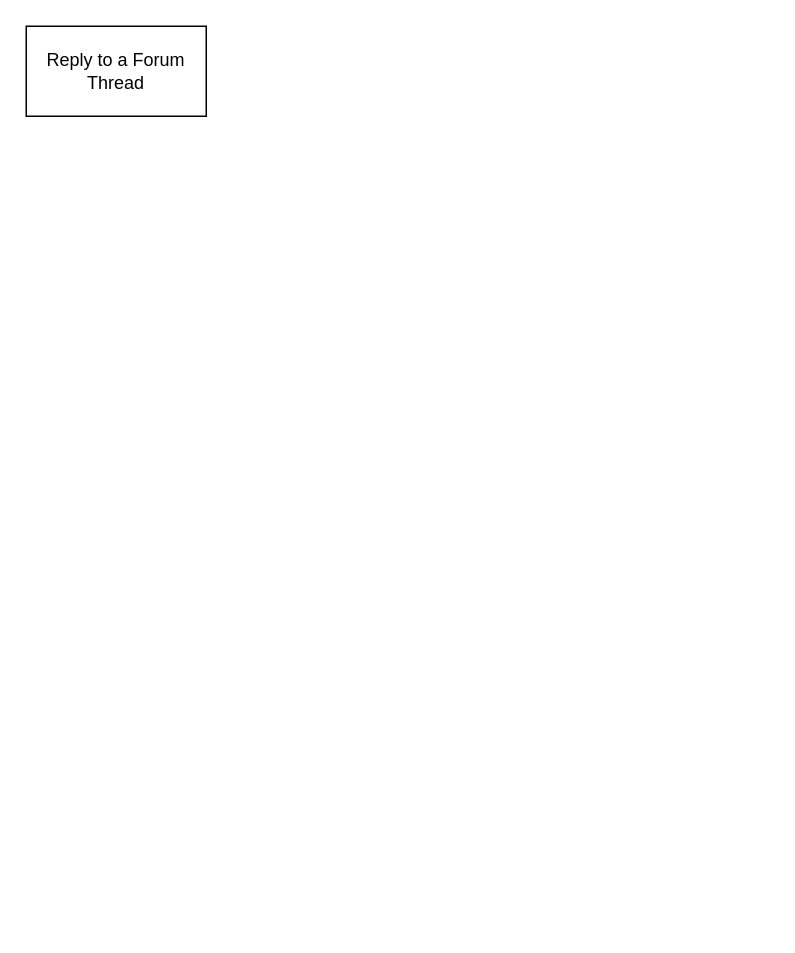
Vaibhav-G-Parmar/Chronicle-Your-Ultimate-Travel-Companion keeps this draw.io diagram as page "ReplyToThread" (12 of 14) of Chronicle_Initial_App_Wireframe_Designs.drawio. Above is the earlier version. Source tidied: cells renumbered, new cells numbered last; positions are measured from the earlier drawing's top-left corner, leaving out a move shared by most shapes. Both pictures are drawn from the tidied source at 150%, with x=0, y=0 at pixel (26, 26).
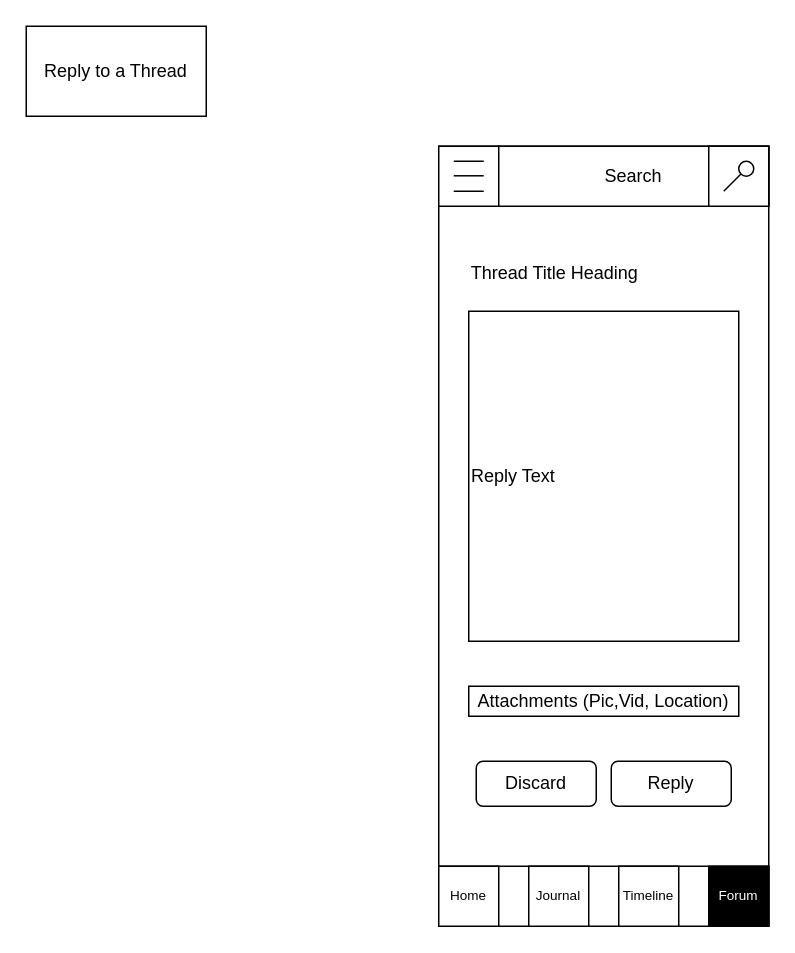
After the change.

What changed in the source:
```diff
@@
-    <mxCell id="2" value="Reply to a Forum Thread" style="rounded=0;whiteSpace=wrap;html=1;" parent="1" vertex="1">
+    <mxCell id="2" value="Reply to a Thread" style="rounded=0;whiteSpace=wrap;html=1;" parent="1" vertex="1">
       <mxGeometry width="120" height="60" as="geometry" />
     </mxCell>
+    <mxCell id="3" style="rounded=0;whiteSpace=wrap;html=1;" parent="1" vertex="1">
+      <mxGeometry x="275" y="80" width="220" height="520" as="geometry" />
+    </mxCell>
+    <mxCell id="4" style="rounded=0;whiteSpace=wrap;html=1;" parent="1" vertex="1">
+      <mxGeometry x="275" y="560" width="220" height="40" as="geometry" />
+    </mxCell>
+    <mxCell id="5" value="Forum" style="rounded=0;whiteSpace=wrap;html=1;fontSize=9;fillColor=#000000;fontColor=#FFFFFF;" parent="1" vertex="1">
+      <mxGeometry x="455" y="560" width="40" height="40" as="geometry" />
+    </mxCell>
+    <mxCell id="6" value="Timeline" style="rounded=0;whiteSpace=wrap;html=1;fontSize=9;" parent="1" vertex="1">
+      <mxGeometry x="395" y="560" width="40" height="40" as="geometry" />
+    </mxCell>
+    <mxCell id="7" value="Journal" style="rounded=0;whiteSpace=wrap;html=1;fontSize=9;labelBackgroundColor=default;fillColor=#FFFFFF;" parent="1" vertex="1">
+      <mxGeometry x="335" y="560" width="40" height="40" as="geometry" />
+    </mxCell>
+    <mxCell id="8" value="Home" style="rounded=0;whiteSpace=wrap;html=1;fontSize=9;" parent="1" vertex="1">
+      <mxGeometry x="275" y="560" width="40" height="40" as="geometry" />
+    </mxCell>
+    <mxCell id="9" style="rounded=0;whiteSpace=wrap;html=1;fontSize=9;" parent="1" vertex="1">
+      <mxGeometry x="275" y="80" width="40" height="40" as="geometry" />
+    </mxCell>
+    <mxCell id="10" style="endArrow=none;html=1;rounded=0;" parent="1" edge="1">
+      <mxGeometry relative="1" as="geometry">
+        <mxPoint x="285" y="110" as="sourcePoint" />
+        <mxPoint x="305" y="110" as="targetPoint" />
+      </mxGeometry>
+    </mxCell>
+    <mxCell id="11" style="endArrow=none;html=1;rounded=0;" parent="1" edge="1">
+      <mxGeometry relative="1" as="geometry">
+        <mxPoint x="285" y="99.7" as="sourcePoint" />
+        <mxPoint x="305" y="99.7" as="targetPoint" />
+      </mxGeometry>
+    </mxCell>
+    <mxCell id="12" style="endArrow=none;html=1;rounded=0;" parent="1" edge="1">
+      <mxGeometry relative="1" as="geometry">
+        <mxPoint x="285" y="90" as="sourcePoint" />
+        <mxPoint x="305" y="90" as="targetPoint" />
+      </mxGeometry>
+    </mxCell>
+    <mxCell id="13" value="Search" style="rounded=0;whiteSpace=wrap;html=1;" parent="1" vertex="1">
+      <mxGeometry x="315" y="80" width="180" height="40" as="geometry" />
+    </mxCell>
+    <mxCell id="14" style="whiteSpace=wrap;html=1;" parent="1" vertex="1">
+      <mxGeometry x="455" y="80" width="40" height="40" as="geometry" />
+    </mxCell>
+    <mxCell id="15" style="endArrow=none;html=1;rounded=0;entryX=0;entryY=1;entryDx=0;entryDy=0;" parent="1" edge="1" target="16">
+      <mxGeometry relative="1" as="geometry">
+        <mxPoint x="465" y="110" as="sourcePoint" />
+      </mxGeometry>
+    </mxCell>
+    <mxCell id="16" style="ellipse;whiteSpace=wrap;html=1;" parent="1" vertex="1">
+      <mxGeometry x="475" y="90" width="10" height="10" as="geometry" />
+    </mxCell>
+    <mxCell id="17" value="Reply Text" style="rounded=0;whiteSpace=wrap;html=1;align=left;" parent="1" vertex="1">
+      <mxGeometry x="295" y="190" width="180" height="220" as="geometry" />
+    </mxCell>
+    <mxCell id="18" value="Attachments (Pic,Vid, Location)" style="rounded=0;whiteSpace=wrap;html=1;" parent="1" vertex="1">
+      <mxGeometry x="295" y="440" width="180" height="20" as="geometry" />
+    </mxCell>
+    <mxCell id="19" value="Reply" style="rounded=1;whiteSpace=wrap;html=1;" parent="1" vertex="1">
+      <mxGeometry x="390" y="490" width="80" height="30" as="geometry" />
+    </mxCell>
+    <mxCell id="20" value="Discard" style="rounded=1;whiteSpace=wrap;html=1;" parent="1" vertex="1">
+      <mxGeometry x="300" y="490" width="80" height="30" as="geometry" />
+    </mxCell>
+    <mxCell id="21" value="Thread Title Heading" style="text;html=1;strokeColor=none;fillColor=none;align=center;verticalAlign=middle;whiteSpace=wrap;rounded=0;" parent="1" vertex="1">
+      <mxGeometry x="295" y="150" width="115" height="30" as="geometry" />
+    </mxCell>
```
